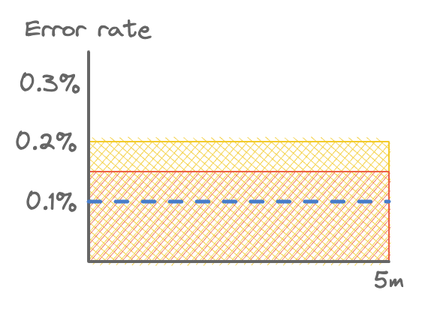
This is public/assets/alerting/simple-steady.png from ThomWright/ThomWright.github.io, a Excalidraw export, as it was before one commit. Source tidied: one line per element, renumbered; positions are measured from the earlier drawing's top-left corner, leaving out a move shared by most shapes.
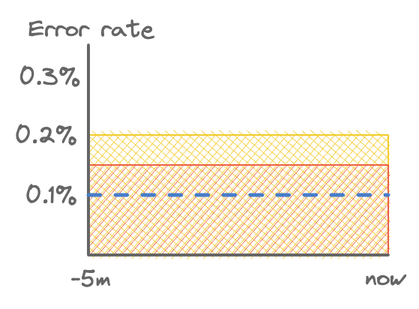
Later version of the same file.

Diff of the diagram source:
```diff
@@ -1,10 +1,11 @@
 {"id": 0, "type": "rectangle", "strokeColor": "#f3cb2b", "backgroundColor": "#f5d451", "fillStyle": "cross-hatch", "strokeWidth": 1, "roughness": 0, "x": 49, "y": 85, "width": 200, "height": 80}
 {"id": 1, "type": "rectangle", "strokeColor": "#ed6145", "backgroundColor": "#f0816a", "fillStyle": "hachure", "strokeWidth": 1, "roughness": 0, "x": 49, "y": 105, "width": 200, "height": 60}
 {"id": 2, "type": "line", "strokeColor": "#666", "strokeWidth": 2, "roughness": 0, "round": true, "x": 49, "y": 165, "width": 0, "height": 140, "points": [[0, 0], [0, -140]]}
-{"id": 3, "type": "text", "text": "5m", "strokeColor": "#666", "backgroundColor": "#f0816a", "fillStyle": "cross-hatch", "strokeWidth": 1, "roughness": 0, "fontSize": 16, "fontFamily": 1, "x": 239, "y": 168, "width": 22, "height": 20}
-{"id": 4, "type": "text", "text": "Error rate", "strokeColor": "#666", "strokeWidth": 1, "strokeStyle": "dotted", "roughness": 0, "fontSize": 16, "fontFamily": 1, "x": 7, "y": 0, "width": 84, "height": 20}
+{"id": 4, "type": "text", "text": "Error rate", "strokeColor": "#666", "strokeWidth": 1, "strokeStyle": "dotted", "roughness": 0, "fontSize": 16, "fontFamily": 1, "x": 9, "y": 5, "width": 84, "height": 20}
 {"id": 5, "type": "line", "strokeColor": "#666", "strokeWidth": 2, "roughness": 0, "round": true, "x": 49, "y": 165, "width": 200, "height": 0, "points": [[0, 0], [200, 0]]}
 {"id": 6, "type": "line", "strokeColor": "#477dca", "backgroundColor": "#fab005", "fillStyle": "hachure", "strokeWidth": 2, "strokeStyle": "dashed", "roughness": 0, "x": 49, "y": 125, "width": 200, "height": 0, "points": [[0, 0], [200, 0]]}
-{"id": 7, "type": "text", "text": "0.1%", "strokeColor": "#666", "backgroundColor": "#f0816a", "fillStyle": "cross-hatch", "strokeWidth": 1, "roughness": 0, "fontSize": 16, "fontFamily": 1, "x": 7, "y": 116, "width": 37, "height": 20}
+{"id": 7, "type": "text", "text": "0.1%", "strokeColor": "#666", "backgroundColor": "#f0816a", "fillStyle": "cross-hatch", "strokeWidth": 1, "roughness": 0, "fontSize": 16, "fontFamily": 1, "x": 7, "y": 116, "width": 35, "height": 20}
-{"id": 8, "type": "text", "text": "0.2%", "strokeColor": "#666", "backgroundColor": "#f0816a", "fillStyle": "cross-hatch", "strokeWidth": 1, "roughness": 0, "fontSize": 16, "fontFamily": 1, "x": 0, "y": 76, "width": 44, "height": 20}
+{"id": 8, "type": "text", "text": "0.2%", "strokeColor": "#666", "backgroundColor": "#f0816a", "fillStyle": "cross-hatch", "strokeWidth": 1, "roughness": 0, "fontSize": 16, "fontFamily": 1, "x": 0, "y": 76, "width": 42, "height": 20}
 {"id": 9, "type": "text", "text": "0.3%", "strokeColor": "#666", "backgroundColor": "#f0816a", "fillStyle": "cross-hatch", "strokeWidth": 1, "roughness": 0, "fontSize": 16, "fontFamily": 1, "x": 3, "y": 37, "width": 41, "height": 20}
+{"id": 10, "type": "text", "text": "now", "strokeColor": "#666", "backgroundColor": "#f0816a", "fillStyle": "cross-hatch", "strokeWidth": 1, "roughness": 0, "fontSize": 16, "fontFamily": 1, "x": 234, "y": 171, "width": 26, "height": 20}
+{"id": 11, "type": "text", "text": "-5m", "strokeColor": "#666", "backgroundColor": "#f0816a", "fillStyle": "cross-hatch", "strokeWidth": 1, "roughness": 0, "fontSize": 16, "fontFamily": 1, "x": 37, "y": 171, "width": 27, "height": 20}
```
